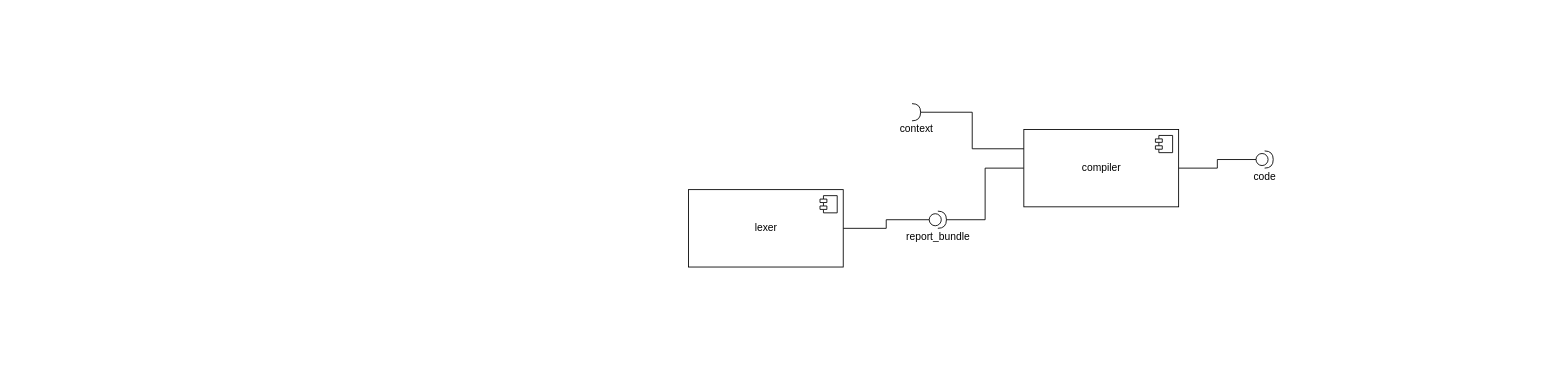
Above: page "Page-1" (1 of 4) of Components.drawio in bialang/bia (draw.io), before the change. Source tidied: cells renumbered, new cells numbered last; positions are measured from the earlier drawing's top-left corner, leaving out a move shared by most shapes. Both pictures are drawn from the tidied source at 86%, with x=0, y=0 at pixel (688, 103).
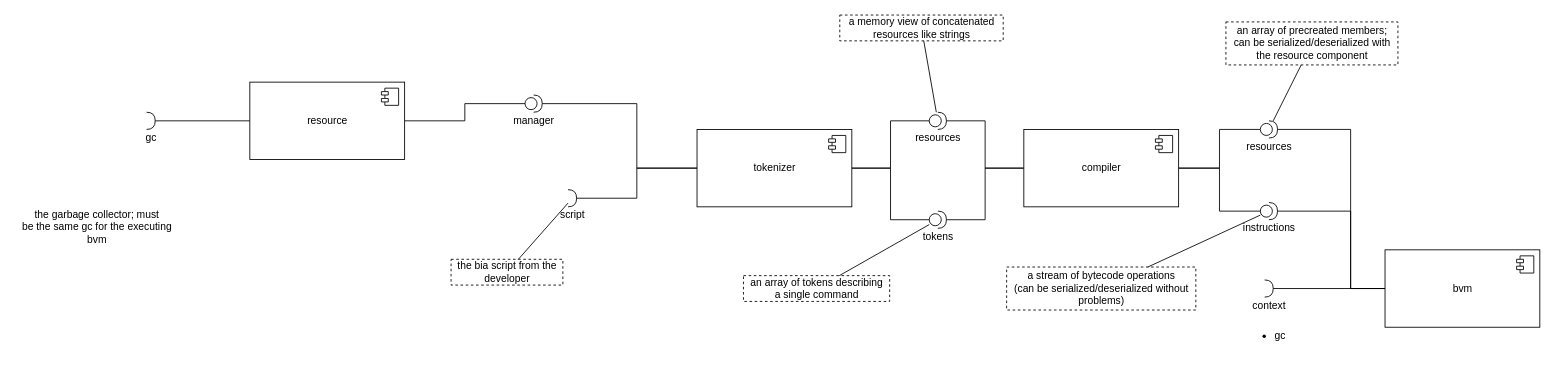
The same diagram, later.

The change refers to these unchanged cells:
```xml
<mxCell id="8" value="compiler&lt;br&gt;" style="html=1;" parent="1" vertex="1">
  <mxGeometry x="390" y="30" width="180" height="90" as="geometry" />
</mxCell>
```

What changed in the source:
```diff
@@
+    <mxCell id="13" style="edgeStyle=orthogonalEdgeStyle;rounded=0;jettySize=auto;html=1;endArrow=none;endFill=0;" parent="1" edge="1" source="3" target="22">
+      <mxGeometry relative="1" as="geometry" />
+    </mxCell>
-    <mxCell id="3" value="lexer&lt;br&gt;" style="html=1;" parent="1" vertex="1">
-      <mxGeometry y="100" width="180" height="90" as="geometry" />
+    <mxCell id="3" value="tokenizer" style="html=1;" parent="1" vertex="1">
+      <mxGeometry x="10" y="30" width="180" height="90" as="geometry" />
     </mxCell>
@@
-    <mxCell id="6" value="report_bundle" style="shape=providedRequiredInterface;html=1;verticalLabelPosition=bottom;" parent="1" vertex="1">
+    <mxCell id="6" value="tokens" style="shape=providedRequiredInterface;html=1;verticalLabelPosition=bottom;" parent="1" vertex="1">
       <mxGeometry x="280" y="125" width="20" height="20" as="geometry" />
     </mxCell>
@@
+    <mxCell id="14" style="edgeStyle=orthogonalEdgeStyle;rounded=0;jettySize=auto;html=1;endArrow=none;endFill=0;" parent="1" edge="1" source="8" target="22">
+      <mxGeometry relative="1" as="geometry" />
+    </mxCell>
+    <mxCell id="15" style="edgeStyle=orthogonalEdgeStyle;rounded=0;jettySize=auto;html=1;endArrow=none;endFill=0;" parent="1" edge="1" source="8" target="23">
+      <mxGeometry relative="1" as="geometry" />
+    </mxCell>
@@
-    <mxCell id="10" value="code" style="shape=providedRequiredInterface;html=1;verticalLabelPosition=bottom;" parent="1" vertex="1">
-      <mxGeometry x="660" y="55" width="20" height="20" as="geometry" />
+    <mxCell id="10" value="instructions" style="shape=providedRequiredInterface;html=1;verticalLabelPosition=bottom;" parent="1" vertex="1">
+      <mxGeometry x="665" y="115" width="20" height="20" as="geometry" />
     </mxCell>
-    <mxCell id="11" style="edgeStyle=orthogonalEdgeStyle;rounded=0;jettySize=auto;html=1;entryX=0;entryY=0.25;entryDx=0;entryDy=0;endArrow=none;endFill=0;" parent="1" edge="1" source="12" target="8">
+    <mxCell id="11" style="edgeStyle=orthogonalEdgeStyle;rounded=0;jettySize=auto;html=1;endArrow=none;endFill=0;" parent="1" edge="1" source="12" target="18">
       <mxGeometry relative="1" as="geometry" />
     </mxCell>
     <mxCell id="12" value="context" style="shape=requiredInterface;html=1;verticalLabelPosition=bottom;" parent="1" vertex="1">
-      <mxGeometry x="260" width="10" height="20" as="geometry" />
+      <mxGeometry x="670" y="205" width="10" height="20" as="geometry" />
     </mxCell>
+    <mxCell id="16" style="edgeStyle=orthogonalEdgeStyle;rounded=0;jettySize=auto;html=1;endArrow=none;endFill=0;" parent="1" edge="1" source="18" target="10">
+      <mxGeometry relative="1" as="geometry">
+        <Array as="points">
+          <mxPoint x="770" y="215" />
+          <mxPoint x="770" y="125" />
+        </Array>
+      </mxGeometry>
+    </mxCell>
+    <mxCell id="17" style="edgeStyle=orthogonalEdgeStyle;rounded=0;jettySize=auto;html=1;endArrow=none;endFill=0;" parent="1" edge="1" source="18" target="23">
+      <mxGeometry relative="1" as="geometry">
+        <Array as="points">
+          <mxPoint x="770" y="215" />
+          <mxPoint x="770" y="30" />
+        </Array>
+      </mxGeometry>
+    </mxCell>
+    <mxCell id="18" value="bvm" style="html=1;" parent="1" vertex="1">
+      <mxGeometry x="810" y="170" width="180" height="90" as="geometry" />
+    </mxCell>
+    <mxCell id="19" style="shape=component;jettyWidth=8;jettyHeight=4;" parent="18" vertex="1">
+      <mxGeometry x="1" width="20" height="20" relative="1" as="geometry">
+        <mxPoint x="-27" y="7" as="offset" />
+      </mxGeometry>
+    </mxCell>
+    <mxCell id="20" style="edgeStyle=orthogonalEdgeStyle;rounded=0;jettySize=auto;html=1;endArrow=none;endFill=0;" parent="1" edge="1" source="21" target="3">
+      <mxGeometry relative="1" as="geometry" />
+    </mxCell>
+    <mxCell id="21" value="script" style="shape=requiredInterface;html=1;verticalLabelPosition=bottom;" parent="1" vertex="1">
+      <mxGeometry x="-140" y="100" width="10" height="20" as="geometry" />
+    </mxCell>
+    <mxCell id="22" value="resources" style="shape=providedRequiredInterface;html=1;verticalLabelPosition=bottom;" parent="1" vertex="1">
+      <mxGeometry x="280" y="10" width="20" height="20" as="geometry" />
+    </mxCell>
+    <mxCell id="23" value="resources" style="shape=providedRequiredInterface;html=1;verticalLabelPosition=bottom;" parent="1" vertex="1">
+      <mxGeometry x="665" y="20" width="20" height="20" as="geometry" />
+    </mxCell>
+    <mxCell id="24" value="&lt;ul&gt;&lt;li&gt;gc&lt;/li&gt;&lt;/ul&gt;" style="text;html=1;align=left;verticalAlign=middle;" parent="1" vertex="1">
+      <mxGeometry x="640" y="250" width="70" height="40" as="geometry" />
+    </mxCell>
+    <mxCell id="25" style="edgeStyle=none;rounded=0;jettySize=auto;html=1;endArrow=none;endFill=0;" parent="1" edge="1" source="26" target="23">
+      <mxGeometry relative="1" as="geometry" />
+    </mxCell>
+    <mxCell id="26" value="an array of precreated members;&lt;br&gt;can be serialized/deserialized with&lt;br&gt;the resource component" style="text;html=1;align=center;verticalAlign=middle;points=[];strokeColor=#000000;dashed=1;" parent="1" vertex="1">
+      <mxGeometry x="625" y="-95" width="200" height="50" as="geometry" />
+    </mxCell>
+    <mxCell id="27" style="edgeStyle=none;rounded=0;jettySize=auto;html=1;endArrow=none;endFill=0;" parent="1" edge="1" source="28" target="10">
+      <mxGeometry relative="1" as="geometry" />
+    </mxCell>
+    <mxCell id="28" value="a stream of bytecode operations&lt;br&gt;(can be serialized/deserialized without&lt;br&gt;problems)" style="text;html=1;align=center;verticalAlign=middle;points=[];strokeColor=#000000;dashed=1;" parent="1" vertex="1">
+      <mxGeometry x="370" y="190" width="220" height="50" as="geometry" />
+    </mxCell>
+    <mxCell id="29" style="edgeStyle=none;rounded=0;jettySize=auto;html=1;endArrow=none;endFill=0;" parent="1" edge="1" source="30" target="6">
+      <mxGeometry relative="1" as="geometry" />
+    </mxCell>
+    <mxCell id="30" value="an array of tokens describing&lt;br&gt;a single command" style="text;html=1;align=center;verticalAlign=middle;points=[];strokeColor=#000000;dashed=1;" parent="1" vertex="1">
+      <mxGeometry x="64" y="200" width="170" height="30" as="geometry" />
+    </mxCell>
+    <mxCell id="31" style="edgeStyle=none;rounded=0;jettySize=auto;html=1;endArrow=none;endFill=0;" parent="1" edge="1" source="32" target="21">
+      <mxGeometry relative="1" as="geometry" />
+    </mxCell>
+    <mxCell id="32" value="the bia script from the&lt;br&gt;developer" style="text;html=1;align=center;verticalAlign=middle;points=[];strokeColor=#000000;dashed=1;" parent="1" vertex="1">
+      <mxGeometry x="-276" y="181" width="130" height="30" as="geometry" />
+    </mxCell>
+    <mxCell id="33" style="edgeStyle=orthogonalEdgeStyle;rounded=0;jettySize=auto;html=1;endArrow=none;endFill=0;" parent="1" edge="1" source="37" target="3">
+      <mxGeometry relative="1" as="geometry">
+        <Array as="points">
+          <mxPoint x="-60" />
+          <mxPoint x="-60" y="75" />
+        </Array>
+      </mxGeometry>
+    </mxCell>
+    <mxCell id="34" style="edgeStyle=orthogonalEdgeStyle;rounded=0;jettySize=auto;html=1;endArrow=none;endFill=0;" parent="1" edge="1" source="35" target="37">
+      <mxGeometry relative="1" as="geometry" />
+    </mxCell>
+    <mxCell id="35" value="resource" style="html=1;" parent="1" vertex="1">
+      <mxGeometry x="-510" y="-25" width="180" height="90" as="geometry" />
+    </mxCell>
+    <mxCell id="36" style="shape=component;jettyWidth=8;jettyHeight=4;" parent="35" vertex="1">
+      <mxGeometry x="1" width="20" height="20" relative="1" as="geometry">
+        <mxPoint x="-27" y="7" as="offset" />
+      </mxGeometry>
+    </mxCell>
+    <mxCell id="37" value="manager" style="shape=providedRequiredInterface;html=1;verticalLabelPosition=bottom;" parent="1" vertex="1">
+      <mxGeometry x="-190" y="-10" width="20" height="20" as="geometry" />
+    </mxCell>
+    <mxCell id="38" style="edgeStyle=orthogonalEdgeStyle;rounded=0;jettySize=auto;html=1;endArrow=none;endFill=0;" parent="1" edge="1" source="39" target="35">
+      <mxGeometry relative="1" as="geometry" />
+    </mxCell>
+    <mxCell id="39" value="gc" style="shape=requiredInterface;html=1;verticalLabelPosition=bottom;" parent="1" vertex="1">
+      <mxGeometry x="-630" y="10" width="10" height="20" as="geometry" />
+    </mxCell>
+    <mxCell id="40" value="the garbage collector; must&lt;br&gt;be the same gc for the executing&lt;br&gt;bvm" style="text;html=1;align=center;verticalAlign=middle;" parent="1" vertex="1">
+      <mxGeometry x="-783" y="119" width="190" height="50" as="geometry" />
+    </mxCell>
+    <mxCell id="41" style="rounded=0;jettySize=auto;html=1;endArrow=none;endFill=0;" parent="1" edge="1" source="42" target="22">
+      <mxGeometry relative="1" as="geometry" />
+    </mxCell>
+    <mxCell id="42" value="a memory view of concatenated&lt;br&gt;resources like strings" style="text;html=1;align=center;verticalAlign=middle;points=[];strokeColor=#000000;dashed=1;" parent="1" vertex="1">
+      <mxGeometry x="176" y="-103" width="190" height="30" as="geometry" />
+    </mxCell>
```
